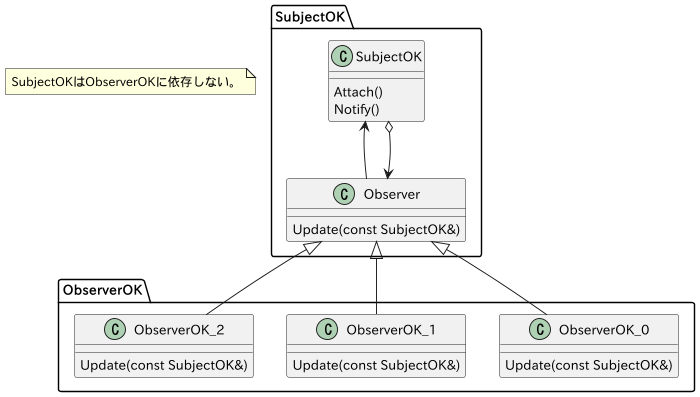
The PlantUML diagram plant_uml/observer_class_ok.png in ichiroprogrammer/deep_cpp, before a commit.
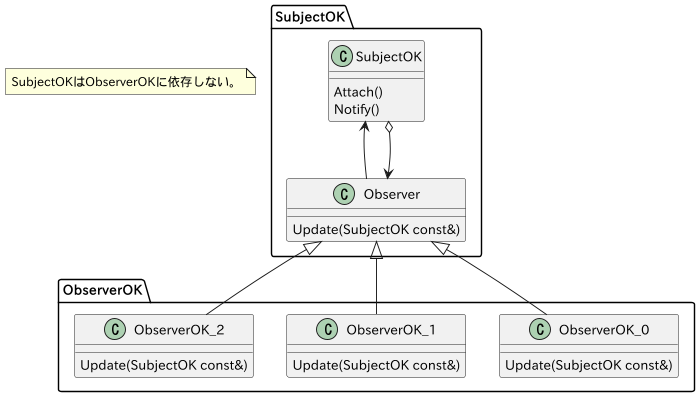
After the commit.

Commit message:
apply east-const for pu

The edit, as a diff of the source:
```diff
@@ -8,19 +8,19 @@
     }
 
     class Observer {
-        Update(const SubjectOK&)
+        Update(SubjectOK const&)
     }
 }
 
 package ObserverOK {
     class ObserverOK_0 {
-        Update(const SubjectOK&)
+        Update(SubjectOK const&)
     }
     class ObserverOK_1 {
-        Update(const SubjectOK&)
+        Update(SubjectOK const&)
     }
     class ObserverOK_2 {
-        Update(const SubjectOK&)
+        Update(SubjectOK const&)
     }
 }
 
```
